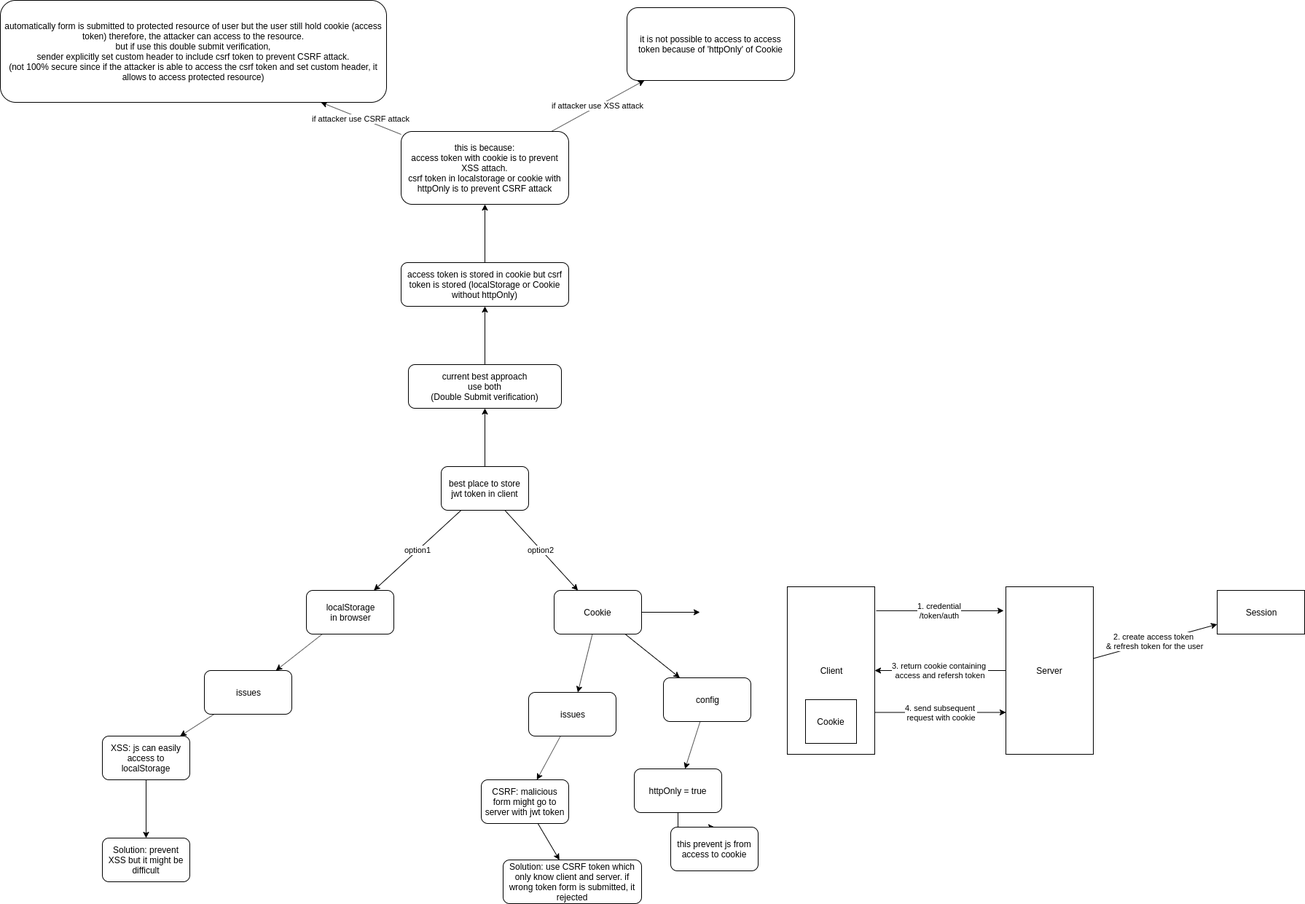
stsiwo/security_concept keeps this draw.io diagram as jwt_storage_location.PNG. Above is the earlier version. Source tidied: cells renumbered, new cells last; positions are measured from the earlier drawing's top-left corner, leaving out a move shared by most shapes.
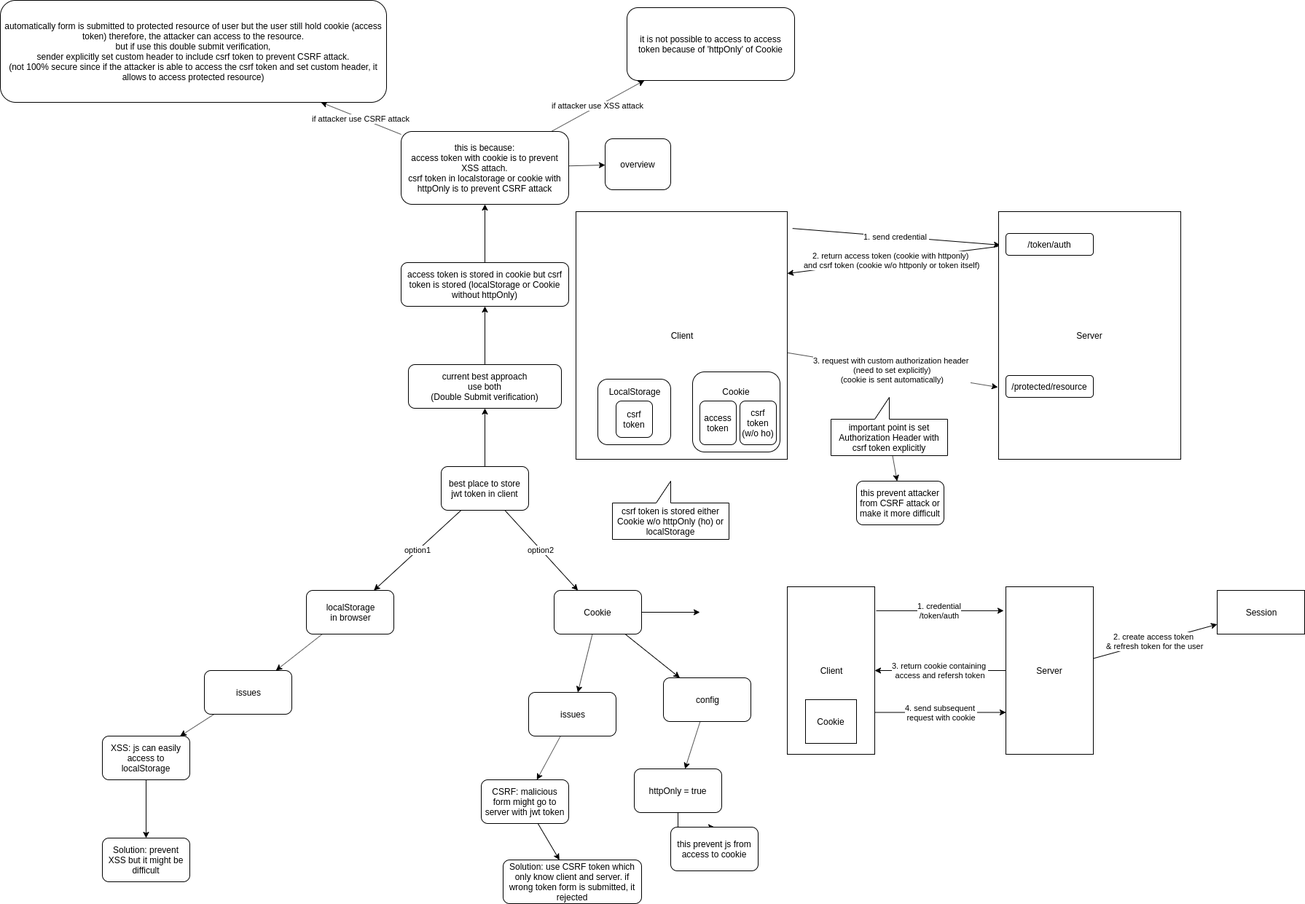
After the commit.

What changed in the source:
```diff
@@ -32,9 +32,15 @@
     <mxCell id="11" value="if attacker use XSS attack" style="edgeStyle=none;rounded=0;jettySize=auto;html=1;" parent="1" edge="1" source="12" target="13">
       <mxGeometry relative="1" as="geometry" />
     </mxCell>
+    <mxCell id="44" style="edgeStyle=none;rounded=0;jettySize=auto;html=1;" parent="1" edge="1" source="12" target="45">
+      <mxGeometry relative="1" as="geometry" />
+    </mxCell>
     <mxCell id="12" value="this is because:&lt;br&gt;access token with cookie is to prevent XSS attach.&lt;br&gt;csrf token in localstorage or cookie with httpOnly is to prevent CSRF attack" style="rounded=1;whiteSpace=wrap;html=1;" parent="1" vertex="1">
       <mxGeometry x="550" y="180" width="230" height="100" as="geometry" />
     </mxCell>
+    <mxCell id="45" value="overview" style="rounded=1;whiteSpace=wrap;html=1;" parent="1" vertex="1">
+      <mxGeometry x="830" y="190" width="90" height="70" as="geometry" />
+    </mxCell>
     <mxCell id="13" value="it is not possible to access to access token because of 'httpOnly' of Cookie" style="rounded=1;whiteSpace=wrap;html=1;" parent="1" vertex="1">
       <mxGeometry x="860" y="10" width="230" height="100" as="geometry" />
     </mxCell>
@@ -130,5 +136,53 @@
     <mxCell id="43" value="Cookie" style="rounded=0;whiteSpace=wrap;html=1;" parent="1" vertex="1">
       <mxGeometry x="1105" y="960" width="70" height="60" as="geometry" />
     </mxCell>
+    <mxCell id="46" value="1. send credential&amp;nbsp;" style="edgeStyle=none;rounded=0;jettySize=auto;html=1;entryX=0.008;entryY=0.135;entryDx=0;entryDy=0;entryPerimeter=0;exitX=1.025;exitY=0.068;exitDx=0;exitDy=0;exitPerimeter=0;" parent="1" edge="1" source="48" target="50">
+      <mxGeometry relative="1" as="geometry" />
+    </mxCell>
+    <mxCell id="47" value="3. request with custom authorization header&amp;nbsp;&lt;br&gt;(need to set explicitly)&lt;br&gt;(cookie is sent automatically)" style="edgeStyle=none;rounded=0;jettySize=auto;html=1;entryX=-0.004;entryY=0.709;entryDx=0;entryDy=0;entryPerimeter=0;" parent="1" edge="1" source="48" target="50">
+      <mxGeometry relative="1" as="geometry" />
+    </mxCell>
+    <mxCell id="48" value="Client" style="rounded=0;whiteSpace=wrap;html=1;" parent="1" vertex="1">
+      <mxGeometry x="790" y="290" width="290" height="340" as="geometry" />
+    </mxCell>
+    <mxCell id="49" value="2. return access token (cookie with httponly) &lt;br&gt;and csrf token (cookie w/o httponly or token itself)" style="edgeStyle=none;rounded=0;jettySize=auto;html=1;entryX=1;entryY=0.25;entryDx=0;entryDy=0;exitX=-0.004;exitY=0.141;exitDx=0;exitDy=0;exitPerimeter=0;" parent="1" edge="1" source="50" target="48">
+      <mxGeometry relative="1" as="geometry" />
+    </mxCell>
+    <mxCell id="50" value="Server" style="rounded=0;whiteSpace=wrap;html=1;" parent="1" vertex="1">
+      <mxGeometry x="1370" y="290" width="250" height="340" as="geometry" />
+    </mxCell>
+    <mxCell id="51" value="/token/auth" style="rounded=1;whiteSpace=wrap;html=1;" parent="1" vertex="1">
+      <mxGeometry x="1380" y="320" width="120" height="30" as="geometry" />
+    </mxCell>
+    <mxCell id="52" value="Cookie&lt;br&gt;&lt;br&gt;&lt;br&gt;&lt;br&gt;&lt;br&gt;" style="rounded=1;whiteSpace=wrap;html=1;" parent="1" vertex="1">
+      <mxGeometry x="950" y="510" width="120" height="110" as="geometry" />
+    </mxCell>
+    <mxCell id="53" value="access token" style="rounded=1;whiteSpace=wrap;html=1;" parent="1" vertex="1">
+      <mxGeometry x="960" y="550" width="50" height="60" as="geometry" />
+    </mxCell>
+    <mxCell id="54" value="csrf token&lt;br&gt;(w/o ho)" style="rounded=1;whiteSpace=wrap;html=1;" parent="1" vertex="1">
+      <mxGeometry x="1015" y="550" width="50" height="60" as="geometry" />
+    </mxCell>
+    <mxCell id="55" value="LocalStorage&lt;br&gt;&lt;br&gt;&lt;br&gt;&lt;br&gt;&lt;br&gt;" style="rounded=1;whiteSpace=wrap;html=1;" parent="1" vertex="1">
+      <mxGeometry x="820" y="520" width="100" height="90" as="geometry" />
+    </mxCell>
+    <mxCell id="56" value="csrf token" style="rounded=1;whiteSpace=wrap;html=1;" parent="1" vertex="1">
+      <mxGeometry x="845" y="550" width="50" height="50" as="geometry" />
+    </mxCell>
+    <mxCell id="57" value="csrf token is stored either Cookie w/o httpOnly (ho) or localStorage" style="shape=callout;whiteSpace=wrap;html=1;perimeter=calloutPerimeter;direction=west;" parent="1" vertex="1">
+      <mxGeometry x="840" y="660" width="160" height="80" as="geometry" />
+    </mxCell>
+    <mxCell id="58" value="/protected/resource" style="rounded=1;whiteSpace=wrap;html=1;" parent="1" vertex="1">
+      <mxGeometry x="1380" y="515" width="120" height="30" as="geometry" />
+    </mxCell>
+    <mxCell id="59" style="edgeStyle=none;rounded=0;jettySize=auto;html=1;" parent="1" edge="1" source="60" target="61">
+      <mxGeometry relative="1" as="geometry" />
+    </mxCell>
+    <mxCell id="60" value="important point is set Authorization Header with csrf token explicitly" style="shape=callout;whiteSpace=wrap;html=1;perimeter=calloutPerimeter;direction=west;" parent="1" vertex="1">
+      <mxGeometry x="1140" y="545" width="160" height="80" as="geometry" />
+    </mxCell>
+    <mxCell id="61" value="this prevent attacker from CSRF attack or make it more difficult" style="rounded=1;whiteSpace=wrap;html=1;" parent="1" vertex="1">
+      <mxGeometry x="1175" y="660" width="120" height="60" as="geometry" />
+    </mxCell>
   </root>
 </mxGraphModel>
```
